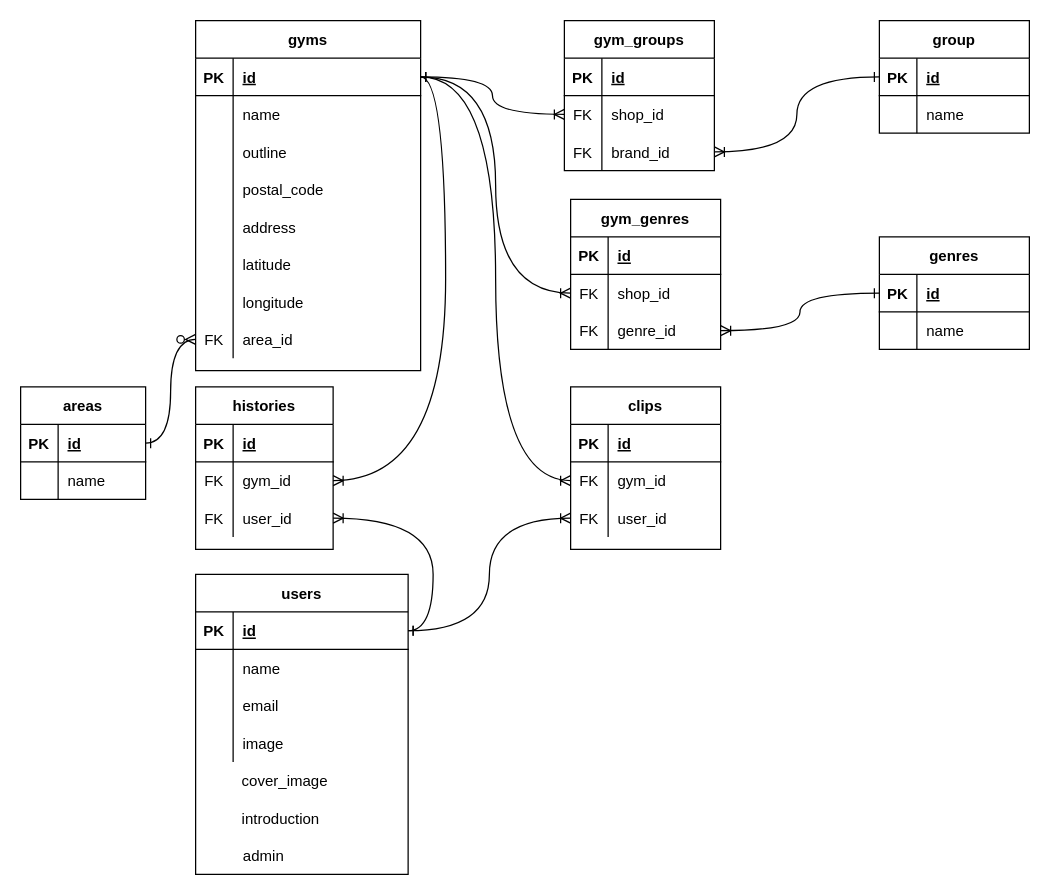
smileyuichi/find_gym_app keeps this draw.io diagram as supogym.dio. Above is the earlier version. Source tidied: cells renumbered, new cells numbered last; positions are measured from the earlier drawing's top-left corner, leaving out a move shared by most shapes. Both pictures are drawn from the tidied source at 125%, with x=0, y=0 at pixel (20, -5).
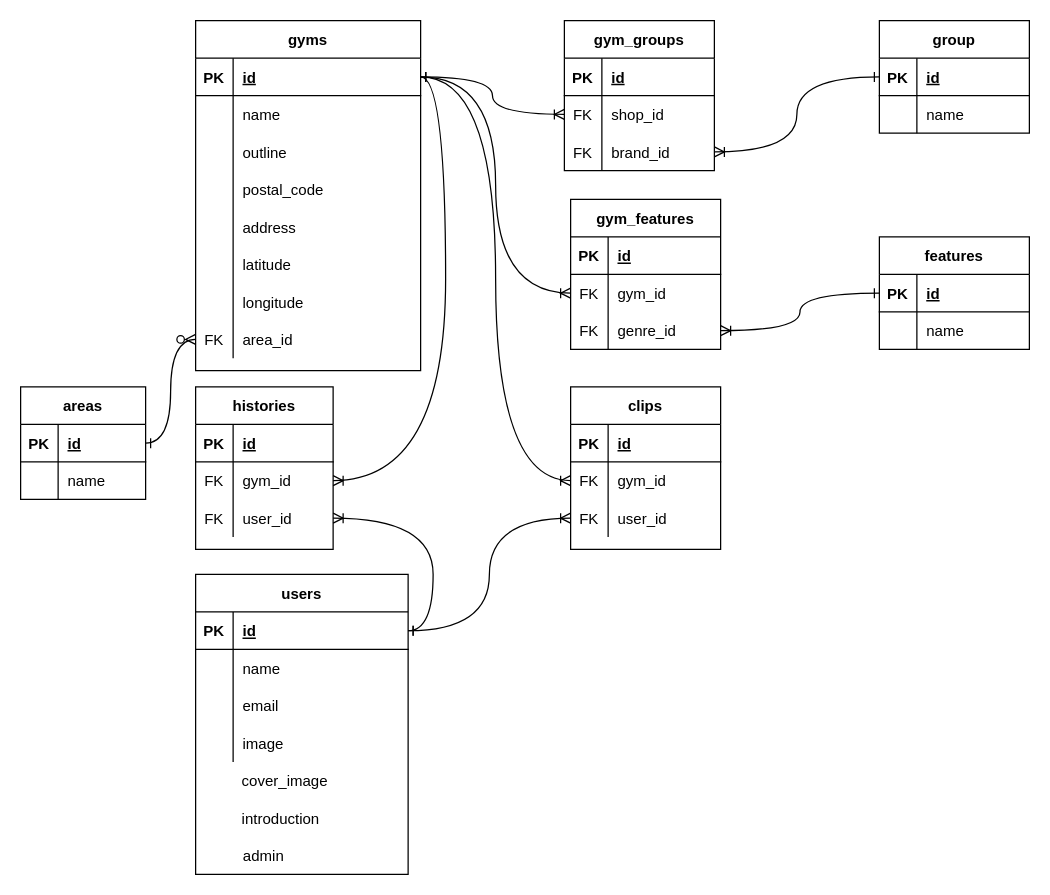
The same diagram, later.

Unchanged cells that the change refers to:
```xml
<mxCell id="115" style="shape=partialRectangle;fillColor=none;top=0;left=0;bottom=0;right=0;points=[[0,0.5],[1,0.5]];portConstraint=eastwest;" parent="111" vertex="1">
  <mxGeometry y="60" width="120" height="30" as="geometry" />
</mxCell>
```

Change to the diagram source:
```diff
@@
-    <mxCell id="111" value="gym_genres" style="shape=table;startSize=30;childLayout=tableLayout;rowLines=0;fontStyle=1;align=center;" parent="1" vertex="1">
+    <mxCell id="111" value="gym_features" style="shape=table;startSize=30;childLayout=tableLayout;rowLines=0;fontStyle=1;align=center;" parent="1" vertex="1">
       <mxGeometry x="440" y="163" width="120" height="120" as="geometry" />
     </mxCell>
@@
-    <mxCell id="117" value="shop_id" style="shape=partialRectangle;fillColor=none;top=0;left=0;bottom=0;right=0;align=left;spacingLeft=6;overflow=hidden;" parent="115" vertex="1">
+    <mxCell id="117" value="gym_id" style="shape=partialRectangle;fillColor=none;top=0;left=0;bottom=0;right=0;align=left;spacingLeft=6;overflow=hidden;" parent="115" vertex="1">
       <mxGeometry x="30" width="90" height="30" as="geometry" />
     </mxCell>
@@
-    <mxCell id="122" value="genres" style="shape=table;startSize=30;childLayout=tableLayout;rowLines=0;fontStyle=1;align=center;" parent="1" vertex="1">
+    <mxCell id="122" value="features" style="shape=table;startSize=30;childLayout=tableLayout;rowLines=0;fontStyle=1;align=center;" parent="1" vertex="1">
       <mxGeometry x="687" y="193" width="120" height="90" as="geometry" />
     </mxCell>
```
